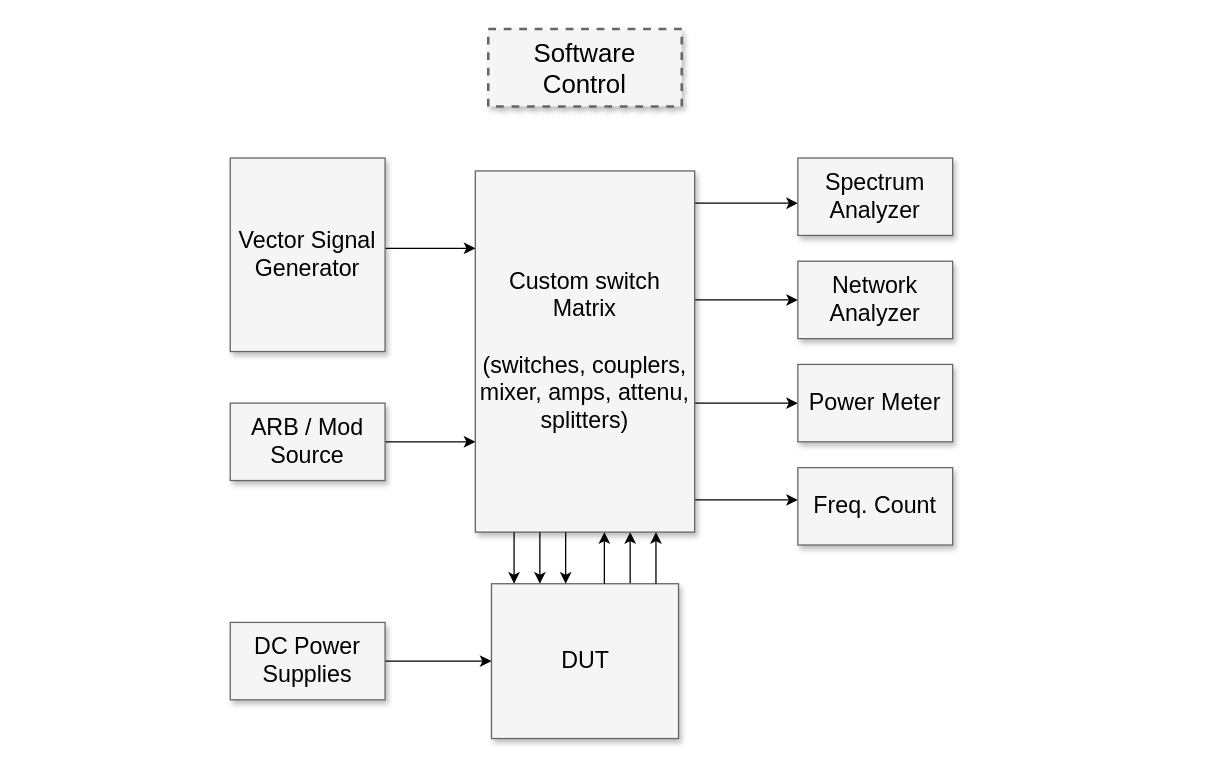
Earlier version of the draw.io diagram 未命名绘图.drawio (MrRaidrop/PersonDetection). Source tidied: cells renumbered, new cells numbered last; positions are measured from the earlier drawing's top-left corner, leaving out a move shared by most shapes. Both pictures are drawn from the tidied source at 129%, with x=0, y=0 at pixel (230, 28).
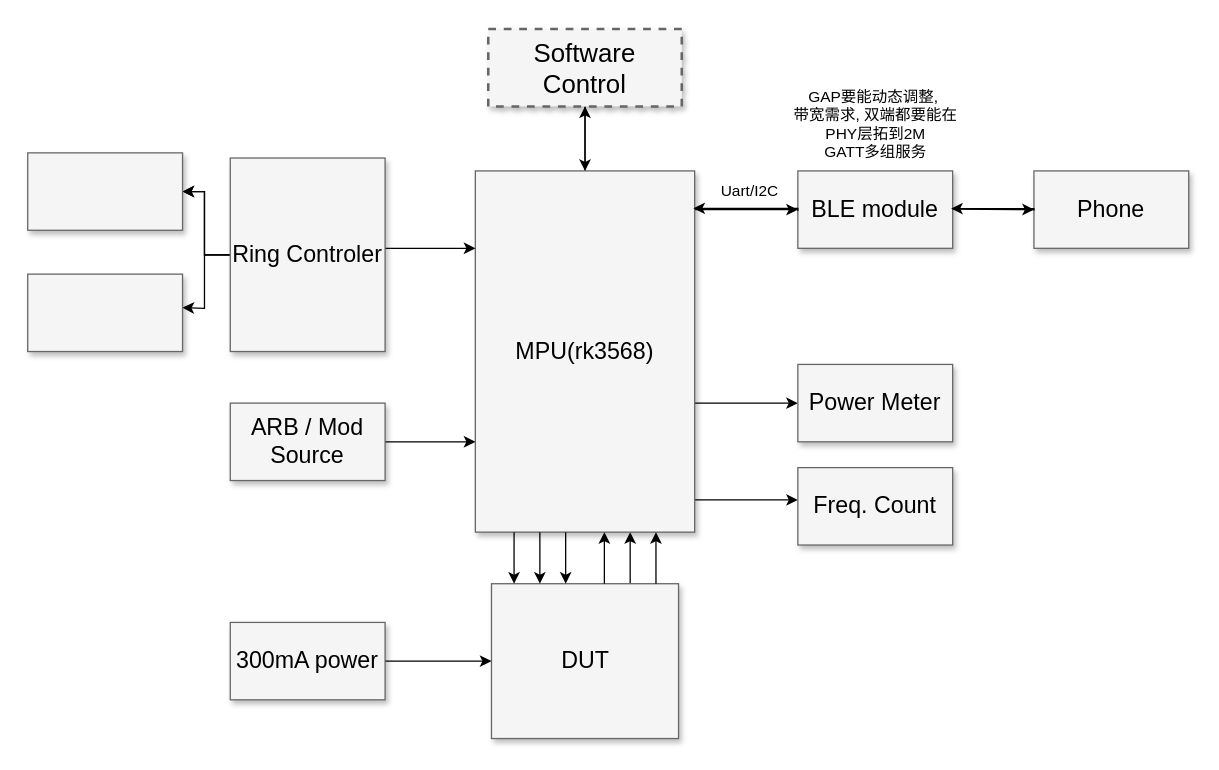
Above is the later version.

Unchanged cells that the change refers to:
```xml
<mxCell id="2" value="Software Control" style="whiteSpace=wrap;html=1;shadow=1;fontSize=20;fillColor=#f5f5f5;strokeColor=#666666;strokeWidth=2;dashed=1;" parent="1" vertex="1">
  <mxGeometry x="200" width="150" height="60" as="geometry" />
</mxCell>
```

What changed in the source:
```diff
@@
+    <mxCell id="25" style="edgeStyle=orthogonalEdgeStyle;rounded=0;jettySize=auto;html=1;entryX=0.5;entryY=0;entryDx=0;entryDy=0;" parent="1" edge="1" source="2" target="8">
+      <mxGeometry relative="1" as="geometry" />
+    </mxCell>
@@
-    <mxCell id="4" style="edgeStyle=elbowEdgeStyle;rounded=0;html=1;startArrow=none;startFill=0;jettySize=auto;fontSize=18;elbow=vertical;" parent="1" edge="1" source="8" target="10">
-      <mxGeometry relative="1" as="geometry" />
-    </mxCell>
@@
+    <mxCell id="26" style="edgeStyle=orthogonalEdgeStyle;rounded=0;jettySize=auto;html=1;endArrow=classic;endFill=1;" parent="1" edge="1" source="8" target="2">
+      <mxGeometry relative="1" as="geometry" />
+    </mxCell>
-    <mxCell id="8" value="Custom switch Matrix&lt;div&gt;&lt;br&gt;&lt;/div&gt;&lt;div&gt;(switches, couplers, mixer, amps, attenu, splitters)&lt;/div&gt;" style="whiteSpace=wrap;html=1;shadow=1;fontSize=18;fillColor=#f5f5f5;strokeColor=#666666;" parent="1" vertex="1">
+    <mxCell id="8" value="MPU(rk3568)" style="whiteSpace=wrap;html=1;shadow=1;fontSize=18;fillColor=#f5f5f5;strokeColor=#666666;" parent="1" vertex="1">
       <mxGeometry x="190" y="110" width="170" height="280" as="geometry" />
     </mxCell>
-    <mxCell id="9" value="Spectrum Analyzer" style="whiteSpace=wrap;html=1;shadow=1;fontSize=18;fillColor=#f5f5f5;strokeColor=#666666;" parent="1" vertex="1">
-      <mxGeometry x="440" y="100" width="120" height="60" as="geometry" />
+    <mxCell id="9" value="BLE module" style="whiteSpace=wrap;html=1;shadow=1;fontSize=18;fillColor=#f5f5f5;strokeColor=#666666;" parent="1" vertex="1">
+      <mxGeometry x="440" y="110" width="120" height="60" as="geometry" />
     </mxCell>
-    <mxCell id="10" value="Network Analyzer" style="whiteSpace=wrap;html=1;shadow=1;fontSize=18;fillColor=#f5f5f5;strokeColor=#666666;" parent="1" vertex="1">
-      <mxGeometry x="440" y="180" width="120" height="60" as="geometry" />
-    </mxCell>
@@
+    <mxCell id="27" style="edgeStyle=orthogonalEdgeStyle;rounded=0;jettySize=auto;html=1;" parent="1" edge="1" source="14" target="30">
+      <mxGeometry relative="1" as="geometry" />
+    </mxCell>
+    <mxCell id="28" style="edgeStyle=orthogonalEdgeStyle;rounded=0;jettySize=auto;html=1;" parent="1" edge="1" source="14" target="30">
+      <mxGeometry relative="1" as="geometry" />
+    </mxCell>
+    <mxCell id="29" style="edgeStyle=orthogonalEdgeStyle;rounded=0;jettySize=auto;html=1;" parent="1" edge="1" source="14">
+      <mxGeometry relative="1" as="geometry">
+        <mxPoint x="-37" y="216" as="targetPoint" />
+      </mxGeometry>
+    </mxCell>
-    <mxCell id="14" value="Vector Signal Generator" style="whiteSpace=wrap;html=1;shadow=1;fontSize=18;fillColor=#f5f5f5;strokeColor=#666666;" parent="1" vertex="1">
+    <mxCell id="14" value="Ring Controler&lt;br&gt;" style="whiteSpace=wrap;html=1;shadow=1;fontSize=18;fillColor=#f5f5f5;strokeColor=#666666;" parent="1" vertex="1">
       <mxGeometry y="100" width="120" height="150" as="geometry" />
     </mxCell>
@@
-    <mxCell id="19" value="DC Power Supplies" style="whiteSpace=wrap;html=1;shadow=1;fontSize=18;fillColor=#f5f5f5;strokeColor=#666666;" parent="1" vertex="1">
+    <mxCell id="19" value="300mA power" style="whiteSpace=wrap;html=1;shadow=1;fontSize=18;fillColor=#f5f5f5;strokeColor=#666666;" parent="1" vertex="1">
       <mxGeometry y="460" width="120" height="60" as="geometry" />
     </mxCell>
@@
+    <mxCell id="30" style="whiteSpace=wrap;html=1;fontSize=18;fillColor=#f5f5f5;strokeColor=#666666;shadow=1;" parent="1" vertex="1">
+      <mxGeometry x="-157" y="96" width="120" height="60" as="geometry" />
+    </mxCell>
+    <mxCell id="31" style="whiteSpace=wrap;html=1;fontSize=18;fillColor=#f5f5f5;strokeColor=#666666;shadow=1;" parent="1" vertex="1">
+      <mxGeometry x="-157" y="190" width="120" height="60" as="geometry" />
+    </mxCell>
+    <mxCell id="32" value="Uart/I2C" style="text;html=1;align=center;verticalAlign=middle;whiteSpace=wrap;rounded=0;" parent="1" vertex="1">
+      <mxGeometry x="373" y="114" width="60" height="24" as="geometry" />
+    </mxCell>
+    <mxCell id="33" value="Phone" style="whiteSpace=wrap;html=1;shadow=1;fontSize=18;fillColor=#f5f5f5;strokeColor=#666666;" parent="1" vertex="1">
+      <mxGeometry x="623" y="110" width="120" height="60" as="geometry" />
+    </mxCell>
+    <mxCell id="34" style="edgeStyle=orthogonalEdgeStyle;rounded=0;orthogonalLoop=1;jettySize=auto;html=1;entryX=0.995;entryY=0.403;entryDx=0;entryDy=0;entryPerimeter=0;exitX=0;exitY=0.75;exitDx=0;exitDy=0;" parent="1" edge="1">
+      <mxGeometry relative="1" as="geometry">
+        <mxPoint x="440" y="141" as="sourcePoint" />
+        <mxPoint x="359" y="139" as="targetPoint" />
+        <Array as="points">
+          <mxPoint x="440" y="139" />
+          <mxPoint x="373" y="139" />
+        </Array>
+      </mxGeometry>
+    </mxCell>
+    <mxCell id="35" style="edgeStyle=elbowEdgeStyle;rounded=0;html=1;startArrow=none;startFill=0;jettySize=auto;orthogonalLoop=1;fontSize=18;elbow=vertical;" parent="1" edge="1">
+      <mxGeometry relative="1" as="geometry">
+        <mxPoint x="560" y="139.6" as="sourcePoint" />
+        <mxPoint x="623" y="139.8" as="targetPoint" />
+      </mxGeometry>
+    </mxCell>
+    <mxCell id="36" style="edgeStyle=orthogonalEdgeStyle;rounded=0;orthogonalLoop=1;jettySize=auto;html=1;exitX=0;exitY=0.75;exitDx=0;exitDy=0;entryX=0.99;entryY=0.608;entryDx=0;entryDy=0;entryPerimeter=0;" parent="1" edge="1">
+      <mxGeometry relative="1" as="geometry">
+        <mxPoint x="623" y="140.8" as="sourcePoint" />
+        <mxPoint x="558.8" y="139.2" as="targetPoint" />
+        <Array as="points">
+          <mxPoint x="623" y="139.8" />
+        </Array>
+      </mxGeometry>
+    </mxCell>
+    <mxCell id="37" value="GAP要能动态调整,&amp;nbsp;&lt;br&gt;带宽需求, 双端都要能在PHY层拓到2M&lt;br&gt;GATT多组服务" style="text;html=1;align=center;verticalAlign=middle;whiteSpace=wrap;rounded=0;" parent="1" vertex="1">
+      <mxGeometry x="423.5" y="34" width="153" height="80" as="geometry" />
+    </mxCell>
```
